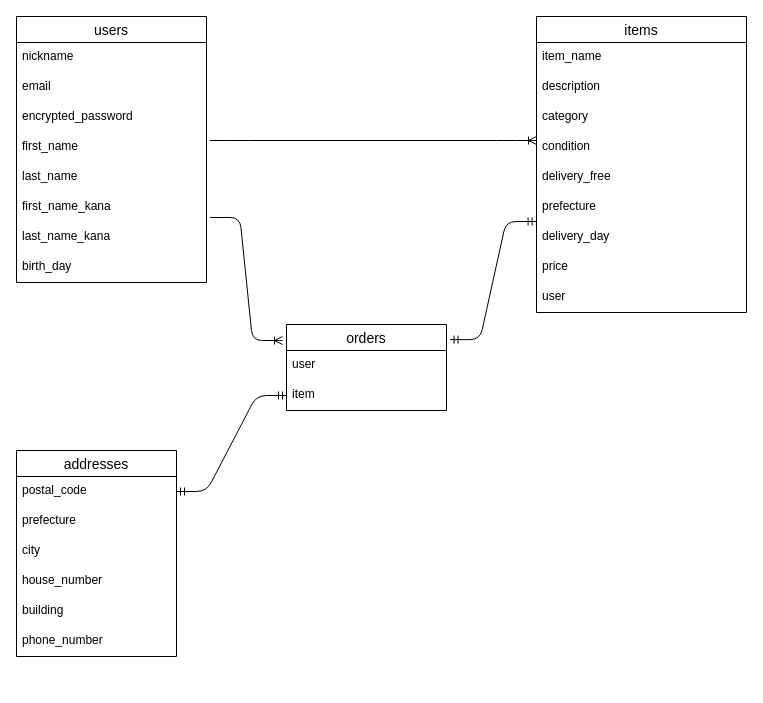
The draw.io diagram FURIMA.dio in kazu-1987/furima-36349, before the edit. Source tidied: cells renumbered, new cells numbered last; positions are measured from the earlier drawing's top-left corner, leaving out a move shared by most shapes. Both pictures are drawn from the tidied source at 100%, with x=0, y=0 at pixel (16, 16).
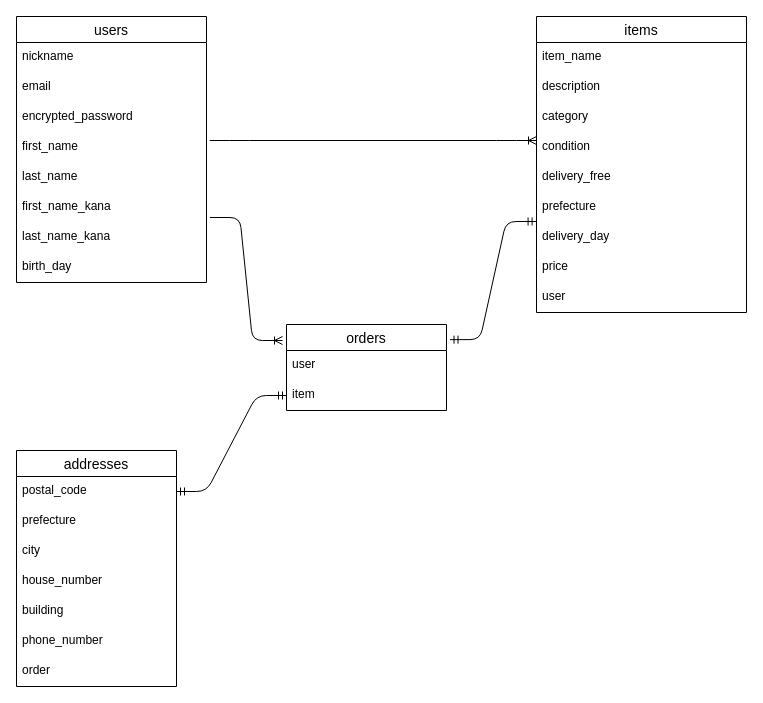
The same diagram, later.

Change to the diagram source:
```diff
@@
     <mxCell id="21" value="addresses" style="swimlane;fontStyle=0;horizontal=1;startSize=26;align=center;fontSize=14;" parent="1" vertex="1">
-      <mxGeometry y="434" width="160" height="206" as="geometry" />
+      <mxGeometry y="434" width="160" height="236" as="geometry" />
     </mxCell>
@@
+    <mxCell id="35" value="order" style="text;strokeColor=none;fillColor=none;spacingLeft=4;spacingRight=4;overflow=hidden;fontSize=12;" parent="21" vertex="1">
+      <mxGeometry y="206" width="160" height="30" as="geometry" />
+    </mxCell>
```
